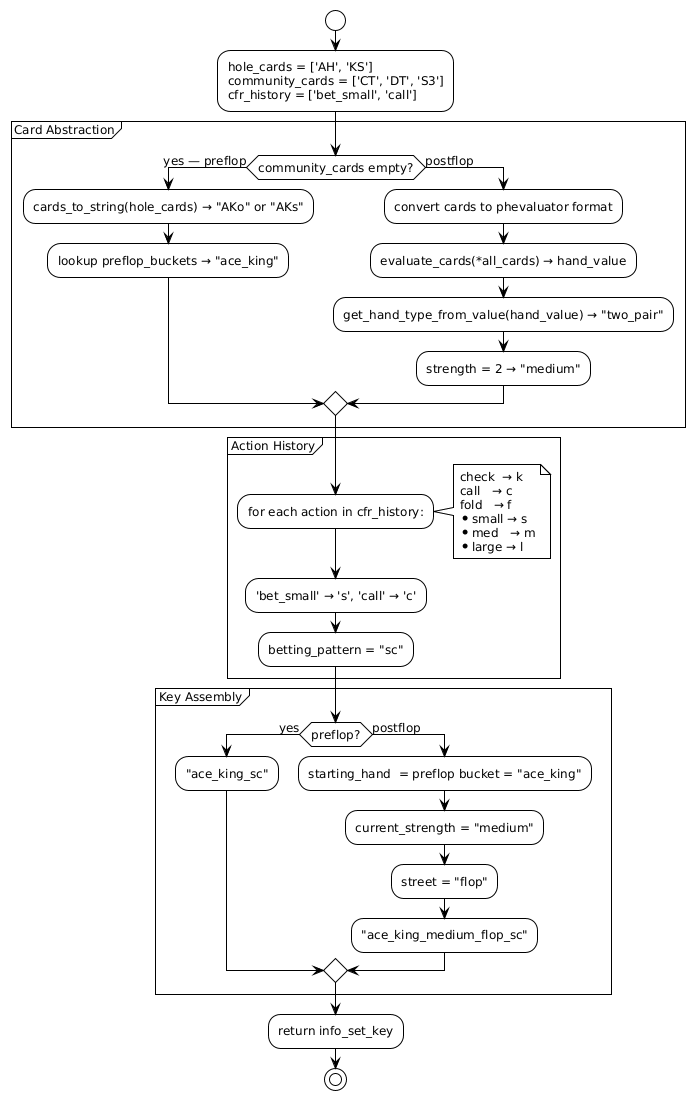
Before: docs/diagrams/images/infoset_key.png, a diagram exported from PlantUML (jianrontan/AllIn).
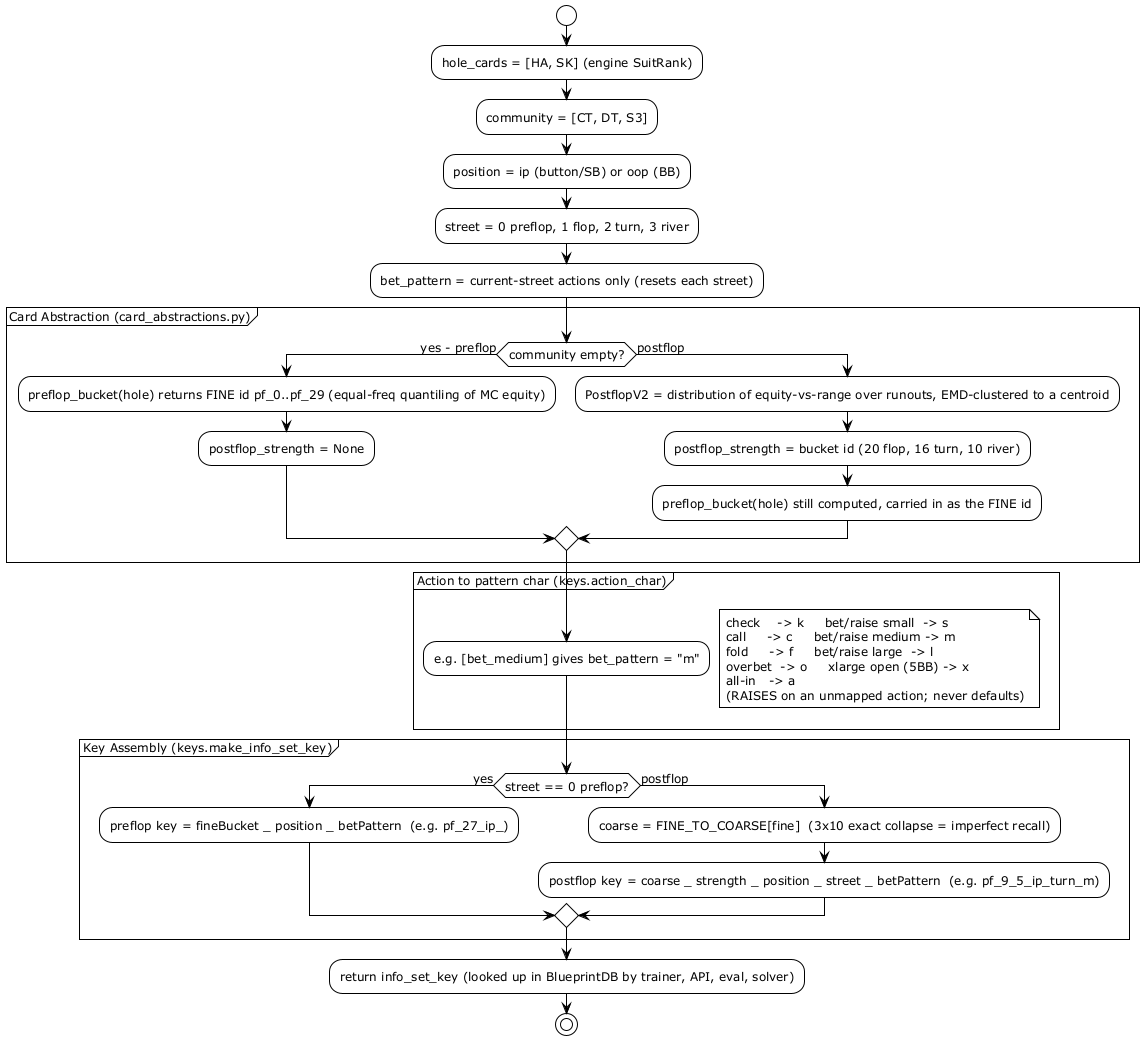
After the change.

Change to the diagram source:
```diff
@@ -1,51 +1,50 @@
-@startuml
+@startuml infoset_key
 !theme plain
 skinparam defaultFontSize 12
 
+
 start
 
-:hole_cards = ['AH', 'KS']
-community_cards = ['CT', 'DT', 'S3']
-cfr_history = ['bet_small', 'call'];
+:hole_cards = [HA, SK] (engine SuitRank);
+:community = [CT, DT, S3];
+:position = ip (button/SB) or oop (BB);
+:street = 0 preflop, 1 flop, 2 turn, 3 river;
+:bet_pattern = current-street actions only (resets each street);
 
-partition "Card Abstraction" {
-  if (community_cards empty?) then (yes — preflop)
-    :cards_to_string(hole_cards) → "AKo" or "AKs";
-    :lookup preflop_buckets → "ace_king";
+partition "Card Abstraction (card_abstractions.py)" {
+  if (community empty?) then (yes - preflop)
+    :preflop_bucket(hole) returns FINE id pf_0..pf_29 (equal-freq quantiling of MC equity);
+    :postflop_strength = None;
   else (postflop)
-    :convert cards to phevaluator format;
-    :evaluate_cards(*all_cards) → hand_value;
-    :get_hand_type_from_value(hand_value) → "two_pair";
-    :strength = 2 → "medium";
+    :PostflopV2 = distribution of equity-vs-range over runouts, EMD-clustered to a centroid;
+    :postflop_strength = bucket id (20 flop, 16 turn, 10 river);
+    :preflop_bucket(hole) still computed, carried in as the FINE id;
   endif
 }
 
-partition "Action History" {
-  :for each action in cfr_history:;
+partition "Action to pattern char (keys.action_char)" {
   note right
-    check  → k
-    call   → c
-    fold   → f
-    *small → s
-    *med   → m
-    *large → l
+    check    -> k     bet/raise small  -> s
+    call     -> c     bet/raise medium -> m
+    fold     -> f     bet/raise large  -> l
+    overbet  -> o     xlarge open (5BB) -> x
+    all-in   -> a
+    (RAISES on an unmapped action; never defaults)
   end note
-  :'bet_small' → 's', 'call' → 'c';
-  :betting_pattern = "sc";
+  :e.g. [bet_medium] gives bet_pattern = "m";
 }
 
-partition "Key Assembly" {
-  if (preflop?) then (yes)
-    :"ace_king_sc";
+partition "Key Assembly (keys.make_info_set_key)" {
+  if (street == 0 preflop?) then (yes)
+    :preflop key = fineBucket _ position _ betPattern  (e.g. pf_27_ip_);
   else (postflop)
-    :starting_hand  = preflop bucket = "ace_king";
-    :current_strength = "medium";
-    :street = "flop";
-    :"ace_king_medium_flop_sc";
+    :coarse = FINE_TO_COARSE[fine]  (3x10 exact collapse = imperfect recall);
+    :postflop key = coarse _ strength _ position _ street _ betPattern  (e.g. pf_9_5_ip_turn_m);
   endif
 }
 
-:return info_set_key;
+:return info_set_key (looked up in BlueprintDB by trainer, API, eval, solver);
 
 stop
+
 @enduml
```
